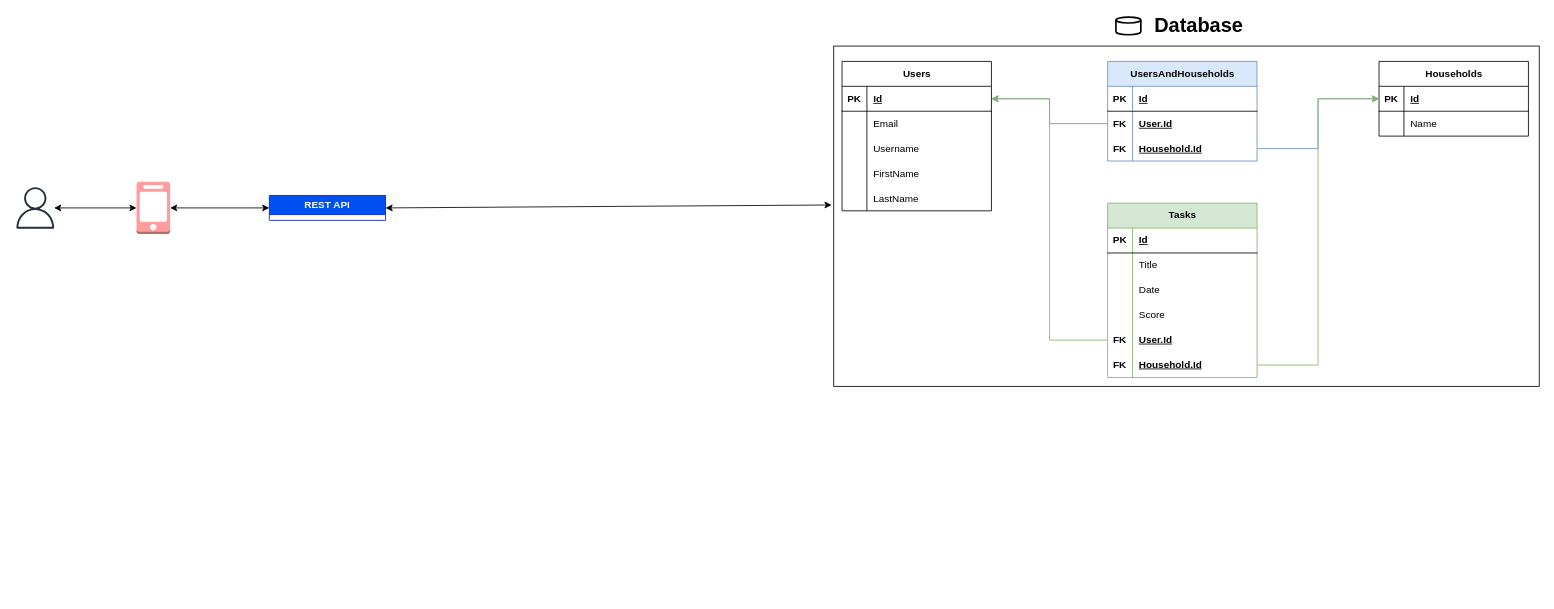
BBualdo/Fifty-Fifty keeps this draw.io diagram as Fifty-Fifty.drawio. Above is the earlier version. Source tidied: cells renumbered, new cells numbered last; positions are measured from the earlier drawing's top-left corner, leaving out a move shared by most shapes. Both pictures are drawn from the tidied source at 83%, with x=0, y=0 at pixel (14, 17).
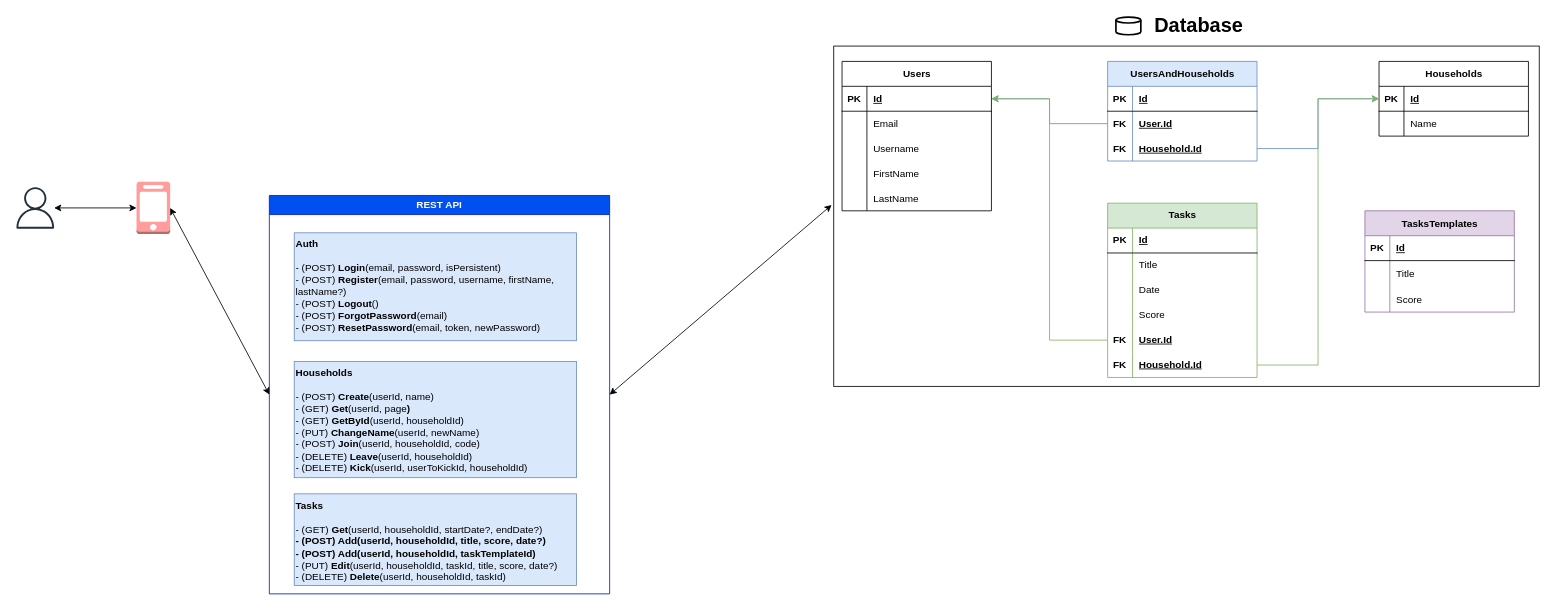
After the change.

Commit message:
Extended Database by templates of tasks, which user can choose from to add to his household instead of creating his own task

The change refers to these unchanged cells:
```xml
<mxCell id="8" style="group;" parent="1" vertex="1">
  <mxGeometry x="987" y="0.1" width="850" height="444.9" as="geometry" />
</mxCell>
```

What changed in the source:
```diff
@@
-    <mxCell id="5" value="REST API" style="swimlane;whiteSpace=wrap;html=1;fillColor=#0050ef;fontColor=#ffffff;strokeColor=#001DBC;" parent="1" vertex="1" collapsed="1">
-      <mxGeometry x="307" y="215" width="140" height="30" as="geometry" />
+    <mxCell id="5" value="REST API" style="swimlane;whiteSpace=wrap;html=1;fillColor=#0050ef;fontColor=#ffffff;strokeColor=#001DBC;" parent="1" vertex="1">
+      <mxGeometry x="307" y="215" width="410" height="480" as="geometry" />
     </mxCell>
+    <mxCell id="68" value="&lt;div style=&quot;&quot;&gt;&lt;b style=&quot;background-color: initial;&quot;&gt;Households&lt;/b&gt;&lt;/div&gt;&lt;div style=&quot;&quot;&gt;&lt;font style=&quot;font-size: 12px;&quot;&gt;&lt;b style=&quot;&quot;&gt;&lt;br&gt;&lt;/b&gt;&lt;/font&gt;&lt;/div&gt;&lt;div&gt;- (POST) &lt;b&gt;Create&lt;/b&gt;(userId, name)&lt;/div&gt;&lt;div&gt;- (GET) &lt;b&gt;Get&lt;/b&gt;(userId, page&lt;b&gt;)&lt;/b&gt;&lt;/div&gt;&lt;div&gt;- (GET) &lt;b&gt;GetById&lt;/b&gt;(userId, householdId)&lt;/div&gt;&lt;div&gt;- (PUT) &lt;b&gt;ChangeName&lt;/b&gt;(userId, newName)&lt;/div&gt;&lt;div&gt;- (POST) &lt;b&gt;Join&lt;/b&gt;(userId, householdId, code)&lt;/div&gt;&lt;div&gt;- (DELETE) &lt;b&gt;Leave&lt;/b&gt;(userId, householdId)&lt;/div&gt;&lt;div&gt;- (DELETE) &lt;b&gt;Kick&lt;/b&gt;(userId, userToKickId, householdId)&lt;/div&gt;" style="whiteSpace=wrap;html=1;align=left;verticalAlign=top;fillColor=#dae8fc;strokeColor=#6c8ebf;" parent="5" vertex="1">
+      <mxGeometry x="30" y="200" width="340" height="140" as="geometry" />
+    </mxCell>
+    <mxCell id="69" value="&lt;div style=&quot;&quot;&gt;&lt;b style=&quot;background-color: initial;&quot;&gt;Auth&lt;/b&gt;&lt;/div&gt;&lt;div style=&quot;&quot;&gt;&lt;font style=&quot;font-size: 12px;&quot;&gt;&lt;b style=&quot;&quot;&gt;&lt;br&gt;&lt;/b&gt;&lt;/font&gt;&lt;/div&gt;&lt;div&gt;- (POST) &lt;b&gt;Login&lt;/b&gt;(email, password, isPersistent)&lt;/div&gt;&lt;div&gt;- (POST) &lt;b&gt;Register&lt;/b&gt;(email, password, username, firstName, lastName?)&lt;/div&gt;&lt;div&gt;- (POST) &lt;b&gt;Logout&lt;/b&gt;()&lt;/div&gt;&lt;div&gt;- (POST) &lt;b&gt;ForgotPassword&lt;/b&gt;(email)&lt;/div&gt;&lt;div&gt;- (POST) &lt;b&gt;ResetPassword&lt;/b&gt;(email, token, newPassword)&lt;/div&gt;" style="whiteSpace=wrap;html=1;align=left;verticalAlign=top;fillColor=#dae8fc;strokeColor=#6c8ebf;" parent="5" vertex="1">
+      <mxGeometry x="30" y="45" width="340" height="130" as="geometry" />
+    </mxCell>
+    <mxCell id="70" value="&lt;div style=&quot;&quot;&gt;&lt;b style=&quot;background-color: initial;&quot;&gt;Tasks&lt;/b&gt;&lt;/div&gt;&lt;div style=&quot;&quot;&gt;&lt;font style=&quot;font-size: 12px;&quot;&gt;&lt;b style=&quot;&quot;&gt;&lt;br&gt;&lt;/b&gt;&lt;/font&gt;&lt;/div&gt;&lt;div style=&quot;&quot;&gt;&lt;font style=&quot;font-size: 12px;&quot;&gt;- (GET) &lt;b&gt;Get&lt;/b&gt;(userId, householdId, startDate?, endDate?)&lt;/font&gt;&lt;/div&gt;&lt;div&gt;&lt;b&gt;- (POST) Add(userId, householdId, title, score, date?)&lt;/b&gt;&lt;/div&gt;&lt;div&gt;&lt;b&gt;- (POST) Add(userId, householdId, taskTemplateId)&lt;/b&gt;&lt;/div&gt;&lt;div&gt;- (PUT) &lt;b&gt;Edit&lt;/b&gt;(userId, householdId, taskId, title, score, date?)&lt;/div&gt;&lt;div&gt;- (DELETE) &lt;b&gt;Delete&lt;/b&gt;(userId, householdId, taskId)&lt;/div&gt;" style="whiteSpace=wrap;html=1;align=left;verticalAlign=top;fillColor=#dae8fc;strokeColor=#6c8ebf;" parent="5" vertex="1">
+      <mxGeometry x="30" y="359.5" width="340" height="110.5" as="geometry" />
+    </mxCell>
@@
+    <mxCell id="71" value="TasksTemplates" style="shape=table;startSize=30;childLayout=tableLayout;rowLines=0;fontStyle=1;align=center;html=1;fillColor=#e1d5e7;strokeColor=#9673a6;" parent="8" vertex="1">
+      <mxGeometry x="640" y="233.4" width="180" height="122" as="geometry" />
+    </mxCell>
+    <mxCell id="72" style="shape=tableRow;horizontal=0;startSize=0;swimlaneHead=0;swimlaneBody=0;fillColor=none;top=0;left=0;right=0;bottom=1;" parent="71" vertex="1">
+      <mxGeometry y="30" width="180" height="30" as="geometry" />
+    </mxCell>
+    <mxCell id="73" value="PK" style="shape=partialRectangle;fillColor=none;top=0;left=0;bottom=0;right=0;fontStyle=1;overflow=hidden;whiteSpace=wrap;html=1;" parent="72" vertex="1">
+      <mxGeometry width="30" height="30" as="geometry" />
+    </mxCell>
+    <mxCell id="74" value="Id" style="shape=partialRectangle;fillColor=none;top=0;left=0;bottom=0;right=0;align=left;spacingLeft=6;fontStyle=5;overflow=hidden;whiteSpace=wrap;html=1;" parent="72" vertex="1">
+      <mxGeometry x="30" width="150" height="30" as="geometry" />
+    </mxCell>
+    <mxCell id="75" style="shape=tableRow;horizontal=0;startSize=0;swimlaneHead=0;swimlaneBody=0;fillColor=none;top=0;left=0;right=0;bottom=0;" parent="71" vertex="1">
+      <mxGeometry y="60" width="180" height="32" as="geometry" />
+    </mxCell>
+    <mxCell id="76" style="shape=partialRectangle;fillColor=none;top=0;left=0;bottom=0;right=0;overflow=hidden;whiteSpace=wrap;html=1;" parent="75" vertex="1">
+      <mxGeometry width="30" height="32" as="geometry" />
+    </mxCell>
+    <mxCell id="77" value="Title" style="shape=partialRectangle;fillColor=none;top=0;left=0;bottom=0;right=0;align=left;spacingLeft=6;overflow=hidden;whiteSpace=wrap;html=1;" parent="75" vertex="1">
+      <mxGeometry x="30" width="150" height="32" as="geometry" />
+    </mxCell>
+    <mxCell id="78" style="shape=tableRow;horizontal=0;startSize=0;swimlaneHead=0;swimlaneBody=0;fillColor=none;top=0;left=0;right=0;bottom=0;" parent="71" vertex="1">
+      <mxGeometry y="92" width="180" height="30" as="geometry" />
+    </mxCell>
+    <mxCell id="79" style="shape=partialRectangle;fillColor=none;top=0;left=0;bottom=0;right=0;overflow=hidden;whiteSpace=wrap;html=1;" parent="78" vertex="1">
+      <mxGeometry width="30" height="30" as="geometry" />
+    </mxCell>
+    <mxCell id="80" value="Score" style="shape=partialRectangle;fillColor=none;top=0;left=0;bottom=0;right=0;align=left;spacingLeft=6;overflow=hidden;whiteSpace=wrap;html=1;" parent="78" vertex="1">
+      <mxGeometry x="30" width="150" height="30" as="geometry" />
+    </mxCell>
```
